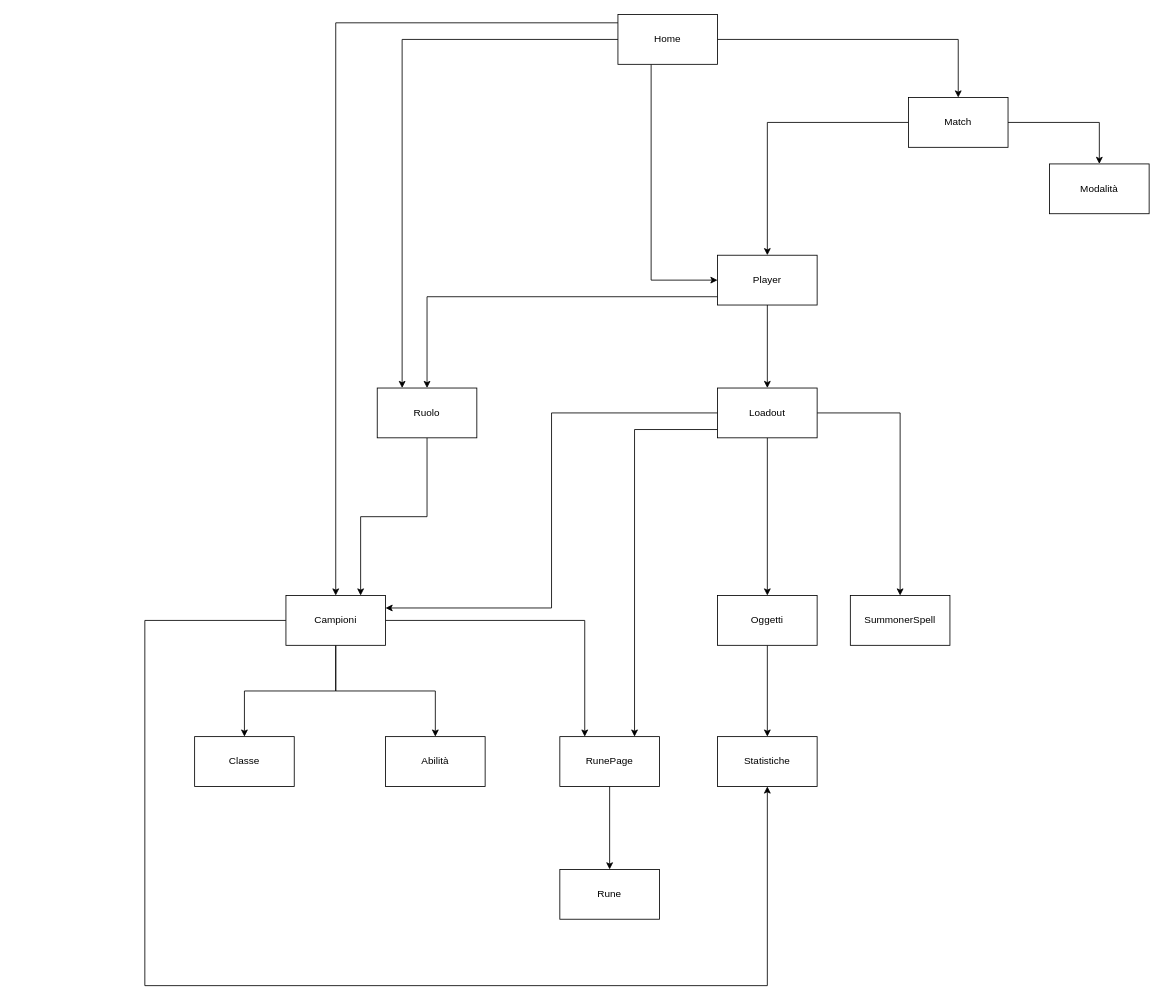
Above: FlowChart.drawio in DonPalius/ModSem2024 (draw.io), before the change. Source tidied: cells renumbered, new cells numbered last; positions are measured from the earlier drawing's top-left corner, leaving out a move shared by most shapes. Both pictures are drawn from the tidied source at 83%, with x=0, y=0 at pixel (144, 14).
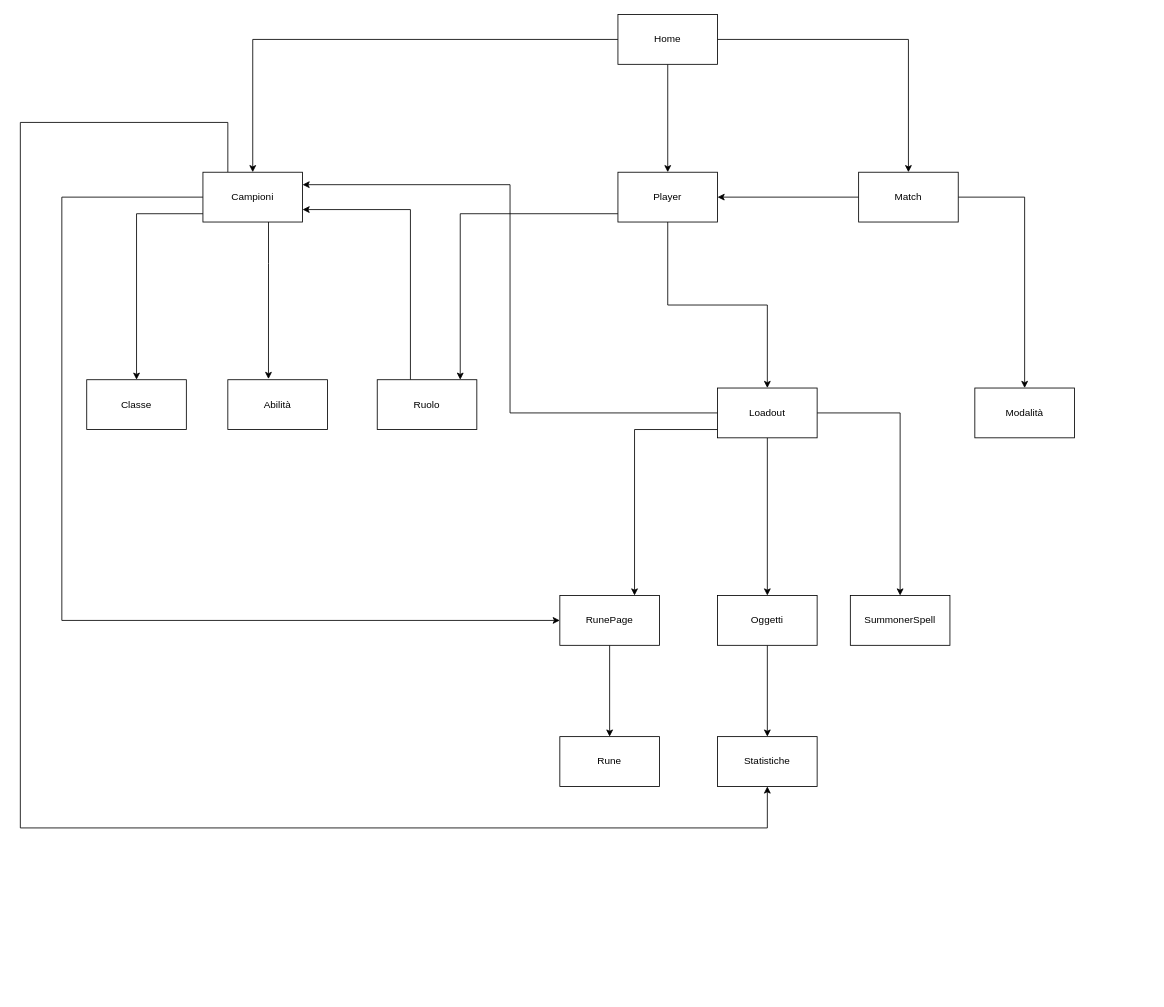
After the change.

Commit message:
nuovo flowchart

Unchanged cells that the change refers to:
```xml
<mxCell id="5" value="Home" style="rounded=0;whiteSpace=wrap;html=1;" parent="1" vertex="1">
  <mxGeometry x="570" width="120" height="60" as="geometry" />
</mxCell>
<mxCell id="12" value="Statistiche" style="rounded=0;whiteSpace=wrap;html=1;" parent="1" vertex="1">
  <mxGeometry x="690" y="870" width="120" height="60" as="geometry" />
</mxCell>
```

Change to the diagram source:
```diff
@@
-    <mxCell id="2" style="edgeStyle=orthogonalEdgeStyle;rounded=0;jettySize=auto;html=1;entryX=0.5;entryY=0;entryDx=0;entryDy=0;" parent="1" edge="1" source="5" target="10">
-      <mxGeometry relative="1" as="geometry">
-        <Array as="points">
-          <mxPoint x="230" y="10" />
-        </Array>
-      </mxGeometry>
-    </mxCell>
     <mxCell id="3" style="edgeStyle=orthogonalEdgeStyle;rounded=0;jettySize=auto;html=1;" parent="1" edge="1" source="5" target="17">
       <mxGeometry relative="1" as="geometry">
         <Array as="points">
-          <mxPoint x="980" y="30" />
+          <mxPoint x="920" y="30" />
         </Array>
       </mxGeometry>
     </mxCell>
-    <mxCell id="4" style="edgeStyle=orthogonalEdgeStyle;rounded=0;jettySize=auto;html=1;entryX=0;entryY=0.5;entryDx=0;entryDy=0;" parent="1" edge="1" source="5" target="21">
-      <mxGeometry relative="1" as="geometry">
-        <Array as="points">
-          <mxPoint x="610" y="320" />
-        </Array>
-      </mxGeometry>
+    <mxCell id="4" style="edgeStyle=orthogonalEdgeStyle;rounded=0;jettySize=auto;html=1;entryX=0.5;entryY=0;entryDx=0;entryDy=0;" parent="1" edge="1" source="5" target="21">
+      <mxGeometry relative="1" as="geometry" />
     </mxCell>
+    <mxCell id="2" style="edgeStyle=orthogonalEdgeStyle;rounded=0;jettySize=auto;html=1;entryX=0.5;entryY=0;entryDx=0;entryDy=0;" parent="1" edge="1" source="5" target="10">
+      <mxGeometry relative="1" as="geometry" />
+    </mxCell>
@@
-    <mxCell id="6" style="edgeStyle=orthogonalEdgeStyle;rounded=0;jettySize=auto;html=1;entryX=0.5;entryY=0;entryDx=0;entryDy=0;" parent="1" edge="1" source="10" target="11">
-      <mxGeometry relative="1" as="geometry" />
-    </mxCell>
+    <mxCell id="8" style="edgeStyle=orthogonalEdgeStyle;rounded=0;jettySize=auto;html=1;entryX=0.5;entryY=1;entryDx=0;entryDy=0;" parent="1" edge="1" source="10" target="12">
+      <mxGeometry relative="1" as="geometry">
+        <Array as="points">
+          <mxPoint x="100" y="130" />
+          <mxPoint x="-150" y="130" />
+          <mxPoint x="-150" y="980" />
+          <mxPoint x="750" y="980" />
+        </Array>
+      </mxGeometry>
+    </mxCell>
     <mxCell id="7" style="edgeStyle=orthogonalEdgeStyle;rounded=0;jettySize=auto;html=1;entryX=0.5;entryY=0;entryDx=0;entryDy=0;" parent="1" edge="1" source="10" target="23">
-      <mxGeometry relative="1" as="geometry" />
+      <mxGeometry relative="1" as="geometry">
+        <Array as="points">
+          <mxPoint x="-10" y="240" />
+        </Array>
+      </mxGeometry>
     </mxCell>
-    <mxCell id="8" style="edgeStyle=orthogonalEdgeStyle;rounded=0;jettySize=auto;html=1;entryX=0.5;entryY=1;entryDx=0;entryDy=0;" parent="1" edge="1" source="10" target="12">
-      <mxGeometry relative="1" as="geometry">
-        <Array as="points">
-          <mxPoint y="730" />
-          <mxPoint y="1170" />
-          <mxPoint x="750" y="1170" />
-        </Array>
-      </mxGeometry>
-    </mxCell>
-    <mxCell id="9" style="edgeStyle=orthogonalEdgeStyle;rounded=0;jettySize=auto;html=1;entryX=0.25;entryY=0;entryDx=0;entryDy=0;" parent="1" edge="1" source="10" target="14">
-      <mxGeometry relative="1" as="geometry" />
+    <mxCell id="9" style="edgeStyle=orthogonalEdgeStyle;rounded=0;jettySize=auto;html=1;entryX=0;entryY=0.5;entryDx=0;entryDy=0;" parent="1" edge="1" source="10" target="14">
+      <mxGeometry relative="1" as="geometry">
+        <Array as="points">
+          <mxPoint x="-100" y="220" />
+          <mxPoint x="-100" y="730" />
+        </Array>
+      </mxGeometry>
     </mxCell>
     <mxCell id="10" value="Campioni" style="rounded=0;whiteSpace=wrap;html=1;" parent="1" vertex="1">
-      <mxGeometry x="170" y="700" width="120" height="60" as="geometry" />
+      <mxGeometry x="70" y="190" width="120" height="60" as="geometry" />
     </mxCell>
     <mxCell id="11" value="Abilità" style="rounded=0;whiteSpace=wrap;html=1;" parent="1" vertex="1">
-      <mxGeometry x="290" y="870" width="120" height="60" as="geometry" />
+      <mxGeometry x="100" y="440" width="120" height="60" as="geometry" />
     </mxCell>
@@
     <mxCell id="14" value="RunePage" style="rounded=0;whiteSpace=wrap;html=1;" parent="1" vertex="1">
-      <mxGeometry x="500" y="870" width="120" height="60" as="geometry" />
+      <mxGeometry x="500" y="700" width="120" height="60" as="geometry" />
     </mxCell>
@@
-    <mxCell id="16" style="edgeStyle=orthogonalEdgeStyle;rounded=0;jettySize=auto;html=1;entryX=0.5;entryY=0;entryDx=0;entryDy=0;" parent="1" edge="1" source="17" target="21">
+    <mxCell id="16" style="edgeStyle=orthogonalEdgeStyle;rounded=0;jettySize=auto;html=1;entryX=1;entryY=0.5;entryDx=0;entryDy=0;" parent="1" edge="1" source="17" target="21">
       <mxGeometry relative="1" as="geometry" />
     </mxCell>
     <mxCell id="17" value="Match" style="rounded=0;whiteSpace=wrap;html=1;" parent="1" vertex="1">
-      <mxGeometry x="920" y="100" width="120" height="60" as="geometry" />
+      <mxGeometry x="860" y="190" width="120" height="60" as="geometry" />
     </mxCell>
     <mxCell id="18" value="Rune" style="rounded=0;whiteSpace=wrap;html=1;" parent="1" vertex="1">
-      <mxGeometry x="500" y="1030" width="120" height="60" as="geometry" />
+      <mxGeometry x="500" y="870" width="120" height="60" as="geometry" />
     </mxCell>
@@
     <mxCell id="20" style="edgeStyle=orthogonalEdgeStyle;rounded=0;jettySize=auto;html=1;" parent="1" edge="1" source="21" target="33">
       <mxGeometry relative="1" as="geometry">
         <Array as="points">
-          <mxPoint x="340" y="340" />
+          <mxPoint x="380" y="240" />
         </Array>
       </mxGeometry>
     </mxCell>
     <mxCell id="21" value="Player" style="rounded=0;whiteSpace=wrap;html=1;" parent="1" vertex="1">
-      <mxGeometry x="690" y="290" width="120" height="60" as="geometry" />
+      <mxGeometry x="570" y="190" width="120" height="60" as="geometry" />
     </mxCell>
@@
     <mxCell id="23" value="Classe" style="rounded=0;whiteSpace=wrap;html=1;" parent="1" vertex="1">
-      <mxGeometry x="60" y="870" width="120" height="60" as="geometry" />
+      <mxGeometry x="-70" y="440" width="120" height="60" as="geometry" />
     </mxCell>
     <mxCell id="24" value="Modalità" style="rounded=0;whiteSpace=wrap;html=1;" parent="1" vertex="1">
-      <mxGeometry x="1090" y="180" width="120" height="60" as="geometry" />
+      <mxGeometry x="1000" y="450" width="120" height="60" as="geometry" />
     </mxCell>
@@
-    <mxCell id="32" style="edgeStyle=orthogonalEdgeStyle;rounded=0;jettySize=auto;html=1;entryX=0.75;entryY=0;entryDx=0;entryDy=0;" parent="1" edge="1" source="33" target="10">
-      <mxGeometry relative="1" as="geometry" />
+    <mxCell id="32" style="edgeStyle=orthogonalEdgeStyle;rounded=0;jettySize=auto;html=1;entryX=1;entryY=0.75;entryDx=0;entryDy=0;" parent="1" edge="1" source="33" target="10">
+      <mxGeometry relative="1" as="geometry">
+        <Array as="points">
+          <mxPoint x="320" y="235" />
+        </Array>
+      </mxGeometry>
     </mxCell>
     <mxCell id="33" value="Ruolo" style="rounded=0;whiteSpace=wrap;html=1;" parent="1" vertex="1">
-      <mxGeometry x="280" y="450" width="120" height="60" as="geometry" />
+      <mxGeometry x="280" y="440" width="120" height="60" as="geometry" />
     </mxCell>
@@
-    <mxCell id="35" style="edgeStyle=orthogonalEdgeStyle;rounded=0;jettySize=auto;html=1;entryX=0.25;entryY=0;entryDx=0;entryDy=0;" parent="1" edge="1" source="5" target="33">
-      <mxGeometry relative="1" as="geometry" />
-    </mxCell>
+    <mxCell id="6" style="edgeStyle=orthogonalEdgeStyle;rounded=0;jettySize=auto;html=1;entryX=0.408;entryY=-0.014;entryDx=0;entryDy=0;entryPerimeter=0;" parent="1" edge="1" source="10" target="11">
+      <mxGeometry relative="1" as="geometry">
+        <Array as="points">
+          <mxPoint x="149" y="300" />
+          <mxPoint x="149" y="300" />
+        </Array>
+      </mxGeometry>
+    </mxCell>
```
